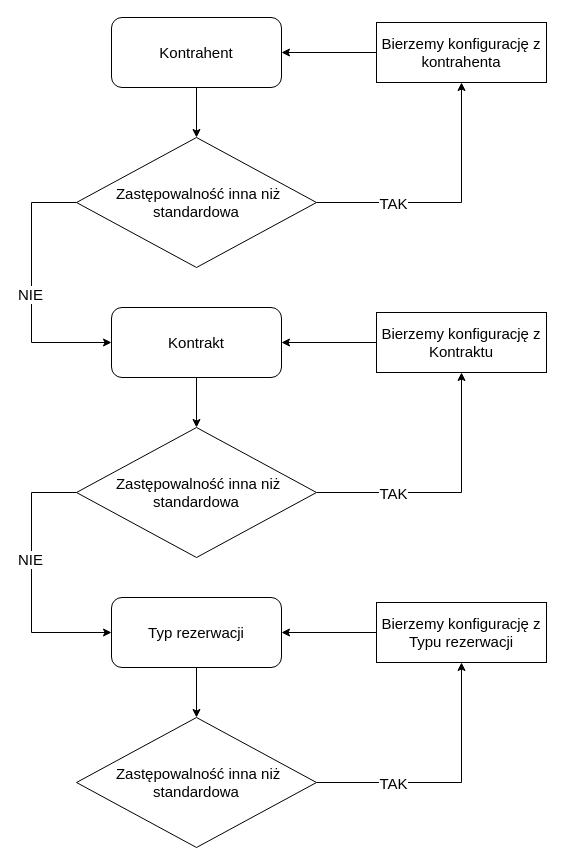
The draw.io diagram oddziały.drawio in IvanykTaras/Decision_FlowChart_Asystent_Enterprise, before the edit. Source tidied: cells renumbered, new cells numbered last; positions are measured from the earlier drawing's top-left corner, leaving out a move shared by most shapes. Both pictures are drawn from the tidied source at 100%, with x=0, y=0 at pixel (31, 17).
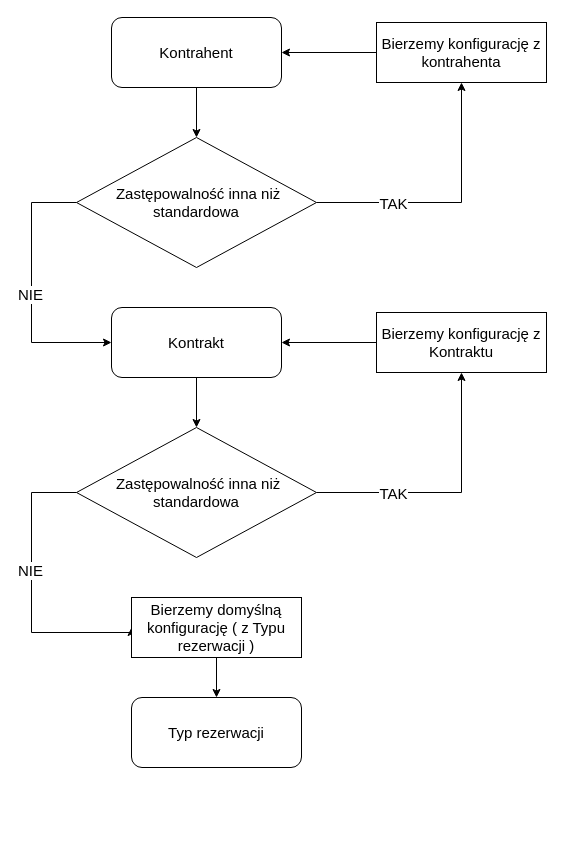
The same page after the edit.

Unchanged cells that the change refers to:
```xml
<mxCell id="17" value="&lt;font style=&quot;font-size: 15px;&quot;&gt;&amp;nbsp;Zastępowalność inna niż standardowa&lt;/font&gt;" style="rhombus;whiteSpace=wrap;html=1;" parent="1" vertex="1">
  <mxGeometry x="45" y="410" width="240" height="130" as="geometry" />
</mxCell>
```

What changed in the source:
```diff
@@
-    <mxCell id="15" style="edgeStyle=orthogonalEdgeStyle;rounded=0;jettySize=auto;html=1;entryX=0;entryY=0.5;entryDx=0;entryDy=0;" parent="1" edge="1" source="17" target="21">
+    <mxCell id="15" style="edgeStyle=orthogonalEdgeStyle;rounded=0;jettySize=auto;html=1;entryX=0;entryY=0.5;entryDx=0;entryDy=0;" parent="1" edge="1" source="17" target="26">
       <mxGeometry relative="1" as="geometry">
         <Array as="points">
           <mxPoint y="475" />
           <mxPoint y="615" />
         </Array>
       </mxGeometry>
     </mxCell>
@@
-    <mxCell id="20" style="edgeStyle=orthogonalEdgeStyle;rounded=0;jettySize=auto;html=1;" parent="1" edge="1" source="21" target="24">
-      <mxGeometry relative="1" as="geometry" />
-    </mxCell>
     <mxCell id="21" value="&lt;font style=&quot;font-size: 15px;&quot;&gt;Typ rezerwacji&lt;/font&gt;" style="rounded=1;whiteSpace=wrap;html=1;" parent="1" vertex="1">
-      <mxGeometry x="80" y="580" width="170" height="70" as="geometry" />
+      <mxGeometry x="100" y="680" width="170" height="70" as="geometry" />
     </mxCell>
-    <mxCell id="22" style="edgeStyle=orthogonalEdgeStyle;rounded=0;jettySize=auto;html=1;" parent="1" edge="1" source="24" target="26">
-      <mxGeometry relative="1" as="geometry" />
-    </mxCell>
-    <mxCell id="23" value="TAK" style="edgeLabel;html=1;align=center;verticalAlign=middle;fontSize=15;" parent="22" vertex="1">
-      <mxGeometry x="0.07" y="2" relative="1" as="geometry">
-        <mxPoint x="-66" y="2" as="offset" />
-      </mxGeometry>
-    </mxCell>
-    <mxCell id="24" value="&lt;font style=&quot;font-size: 15px;&quot;&gt;&amp;nbsp;Zastępowalność inna niż standardowa&lt;/font&gt;" style="rhombus;whiteSpace=wrap;html=1;" parent="1" vertex="1">
-      <mxGeometry x="45" y="700" width="240" height="130" as="geometry" />
-    </mxCell>
@@
-    <mxCell id="26" value="&lt;font style=&quot;font-size: 15px;&quot;&gt;Bierzemy konfigurację z Typu rezerwacji&lt;/font&gt;" style="whiteSpace=wrap;html=1;" parent="1" vertex="1">
-      <mxGeometry x="345" y="585" width="170" height="60" as="geometry" />
+    <mxCell id="26" value="&lt;font style=&quot;font-size: 15px;&quot;&gt;Bierzemy domyślną konfigurację ( z Typu rezerwacji )&lt;/font&gt;" style="whiteSpace=wrap;html=1;" parent="1" vertex="1">
+      <mxGeometry x="100" y="580" width="170" height="60" as="geometry" />
     </mxCell>
```
